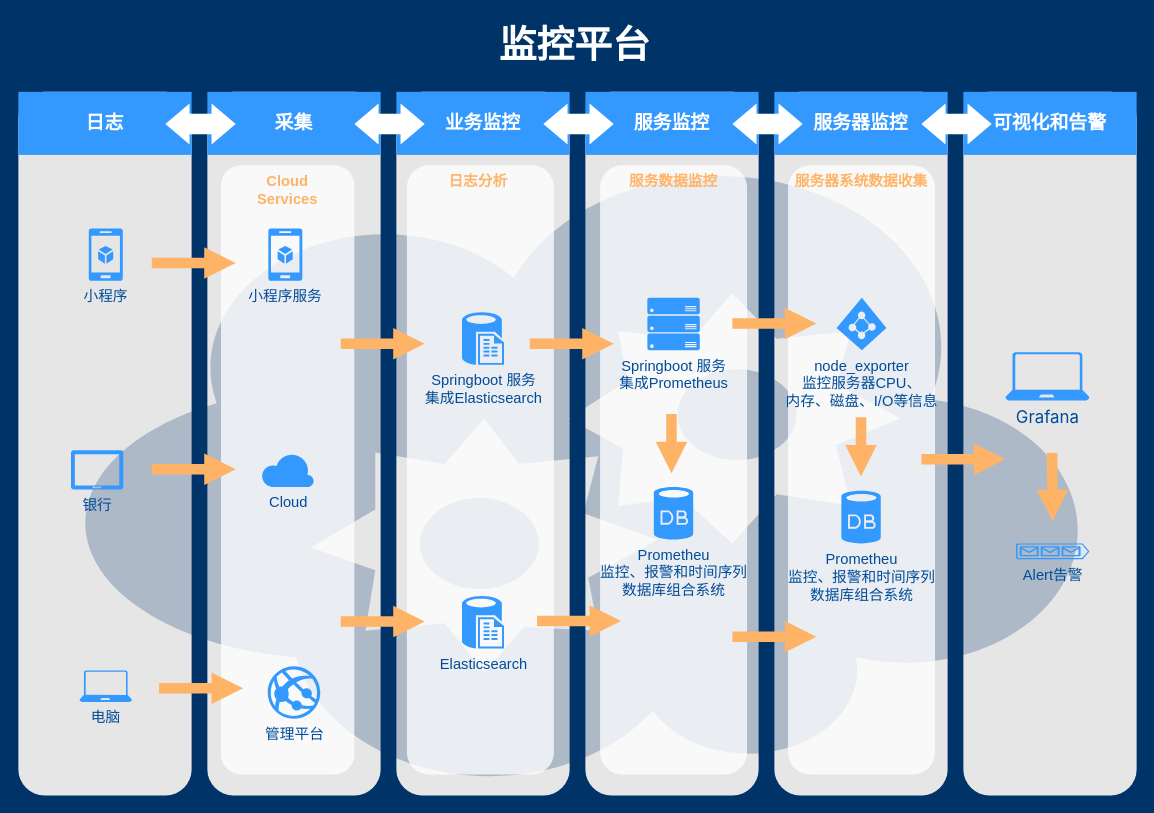
This is 监控平台.drawio from wuyongfeng/wuyongfeng, a draw.io file, before an edit. Source tidied: cells renumbered, new cells numbered last; positions are measured from the earlier drawing's top-left corner, leaving out a move shared by most shapes. Both pictures are drawn from the tidied source at 105%, with x=0, y=0 at pixel (18, 18).
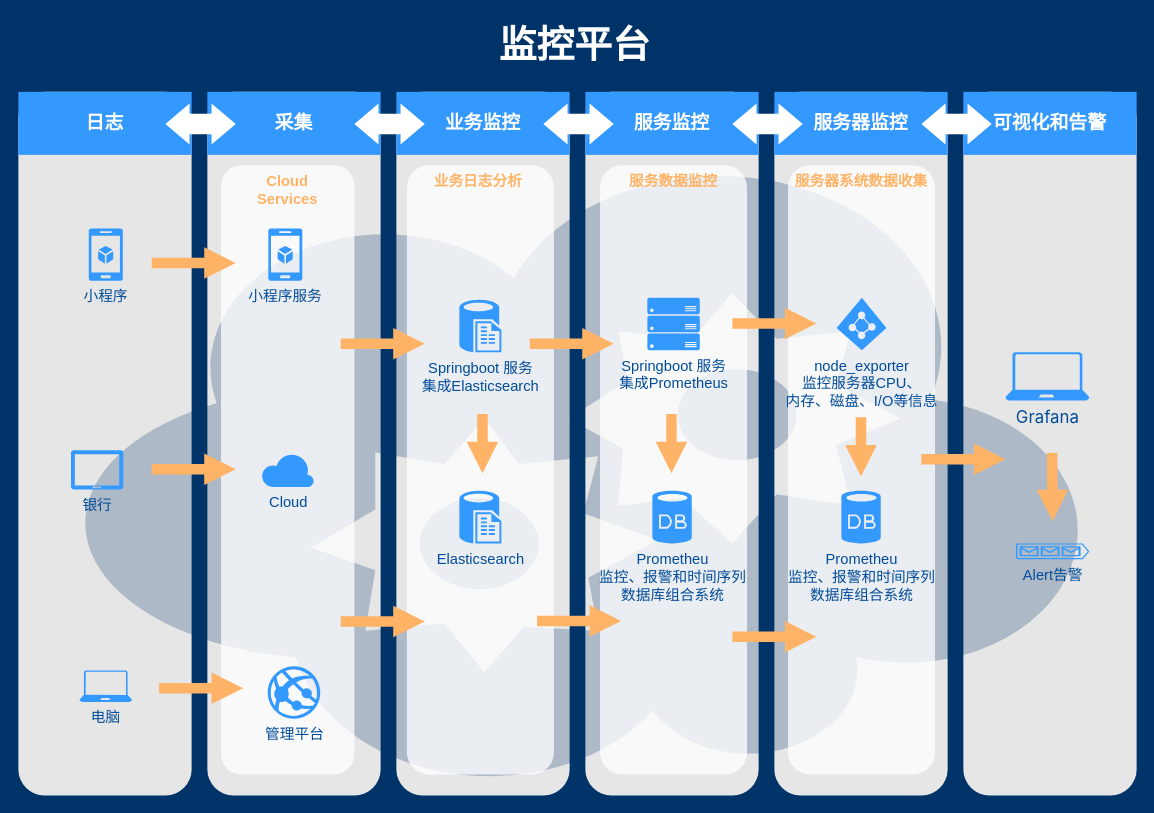
The same diagram, later.

Diff of the diagram source:
```diff
@@
-    <mxCell id="23" value="日志分析&amp;nbsp;" style="rounded=1;whiteSpace=wrap;html=1;dashed=1;strokeColor=none;strokeWidth=2;fillColor=#FFFFFF;fontFamily=Helvetica;fontSize=14;fontColor=#FFB366;opacity=75;verticalAlign=top;fontStyle=1;" parent="1" vertex="1">
+    <mxCell id="23" value="业务日志分析&amp;nbsp;" style="rounded=1;whiteSpace=wrap;html=1;dashed=1;strokeColor=none;strokeWidth=2;fillColor=#FFFFFF;fontFamily=Helvetica;fontSize=14;fontColor=#FFB366;opacity=75;verticalAlign=top;fontStyle=1;" parent="1" vertex="1">
       <mxGeometry x="370" y="140" width="140" height="580" as="geometry" />
     </mxCell>
     <mxCell id="24" value="Springboot 服务&lt;br&gt;集成Elasticsearch" style="verticalLabelPosition=bottom;html=1;verticalAlign=top;strokeColor=none;fillColor=#3399FF;shape=mxgraph.azure.sql_reporting;dashed=1;fontSize=14;fontColor=#004C99;" parent="1" vertex="1">
-      <mxGeometry x="422.5" y="280" width="40" height="50" as="geometry" />
+      <mxGeometry x="420" y="268" width="40" height="50" as="geometry" />
     </mxCell>
@@
     <mxCell id="27" value="Prometheu&lt;br&gt;监控、报警和时间序列&lt;br&gt;数据库组合系统" style="verticalLabelPosition=bottom;html=1;verticalAlign=top;strokeColor=none;fillColor=#3399FF;shape=mxgraph.azure.database;dashed=1;fontFamily=Helvetica;fontSize=14;fontColor=#004C99;" parent="1" vertex="1">
-      <mxGeometry x="605.2" y="446.2" width="37.5" height="50" as="geometry" />
+      <mxGeometry x="603.8" y="450" width="37.5" height="50" as="geometry" />
     </mxCell>
@@
     <mxCell id="47" value="Elasticsearch" style="verticalLabelPosition=bottom;html=1;verticalAlign=top;strokeColor=none;fillColor=#3399FF;shape=mxgraph.azure.sql_reporting;dashed=1;fontSize=14;fontColor=#004C99;" parent="1" vertex="1">
-      <mxGeometry x="422.5" y="550" width="40" height="50" as="geometry" />
+      <mxGeometry x="420" y="450" width="40" height="50" as="geometry" />
     </mxCell>
@@
+    <mxCell id="53" style="arrow;html=1;endArrow=block;endFill=1;strokeColor=none;strokeWidth=4;fontFamily=Helvetica;fontSize=36;fontColor=#FFB366;fillColor=#FFB366;" parent="1" edge="1">
+      <mxGeometry relative="1" as="geometry">
+        <mxPoint x="442" y="376.9" as="sourcePoint" />
+        <mxPoint x="442" y="433.1" as="targetPoint" />
+      </mxGeometry>
+    </mxCell>
```
